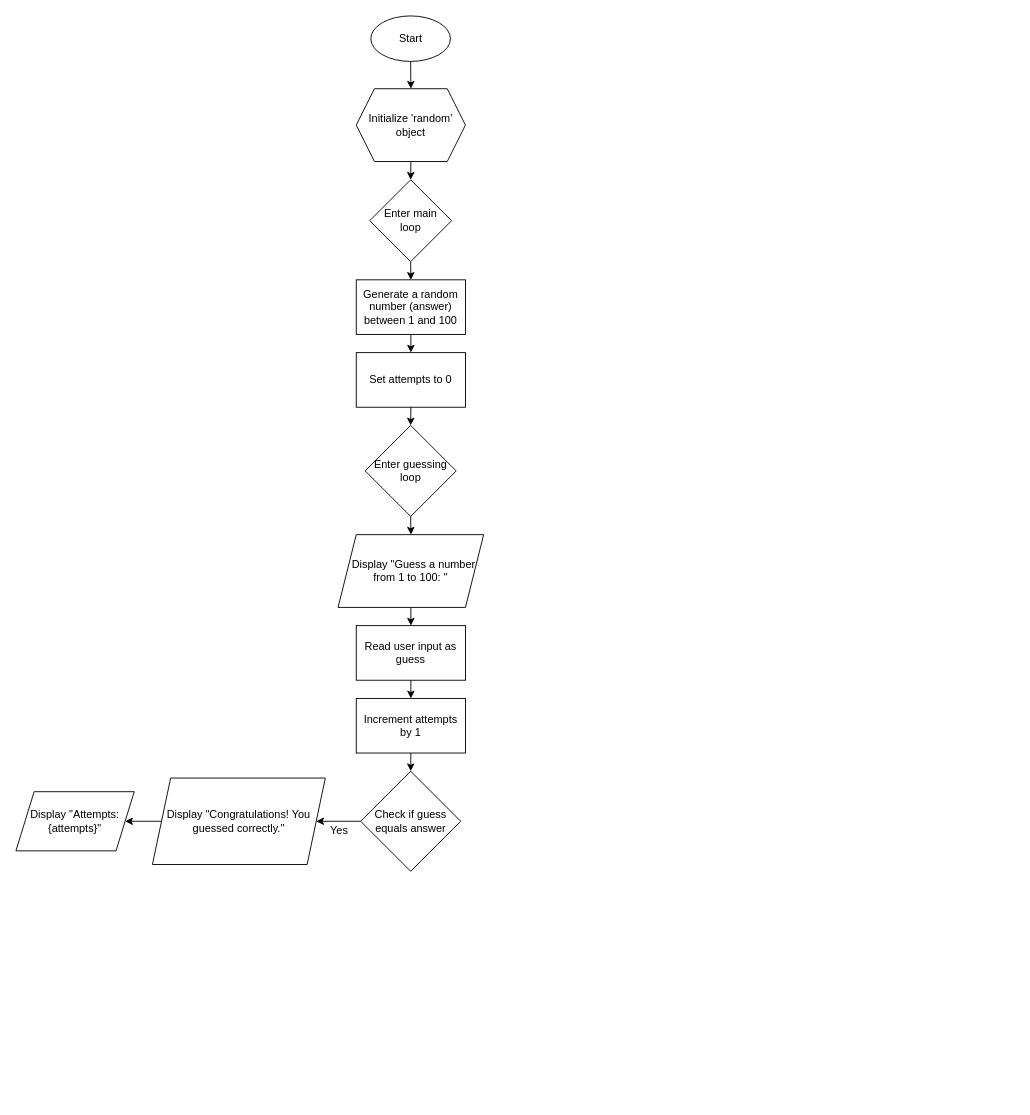
The draw.io diagram a.drawio in 4xachi/footer, before the edit. Source tidied: cells renumbered, new cells numbered last; positions are measured from the earlier drawing's top-left corner, leaving out a move shared by most shapes. Both pictures are drawn from the tidied source at 91%, with x=0, y=0 at pixel (15, 15).
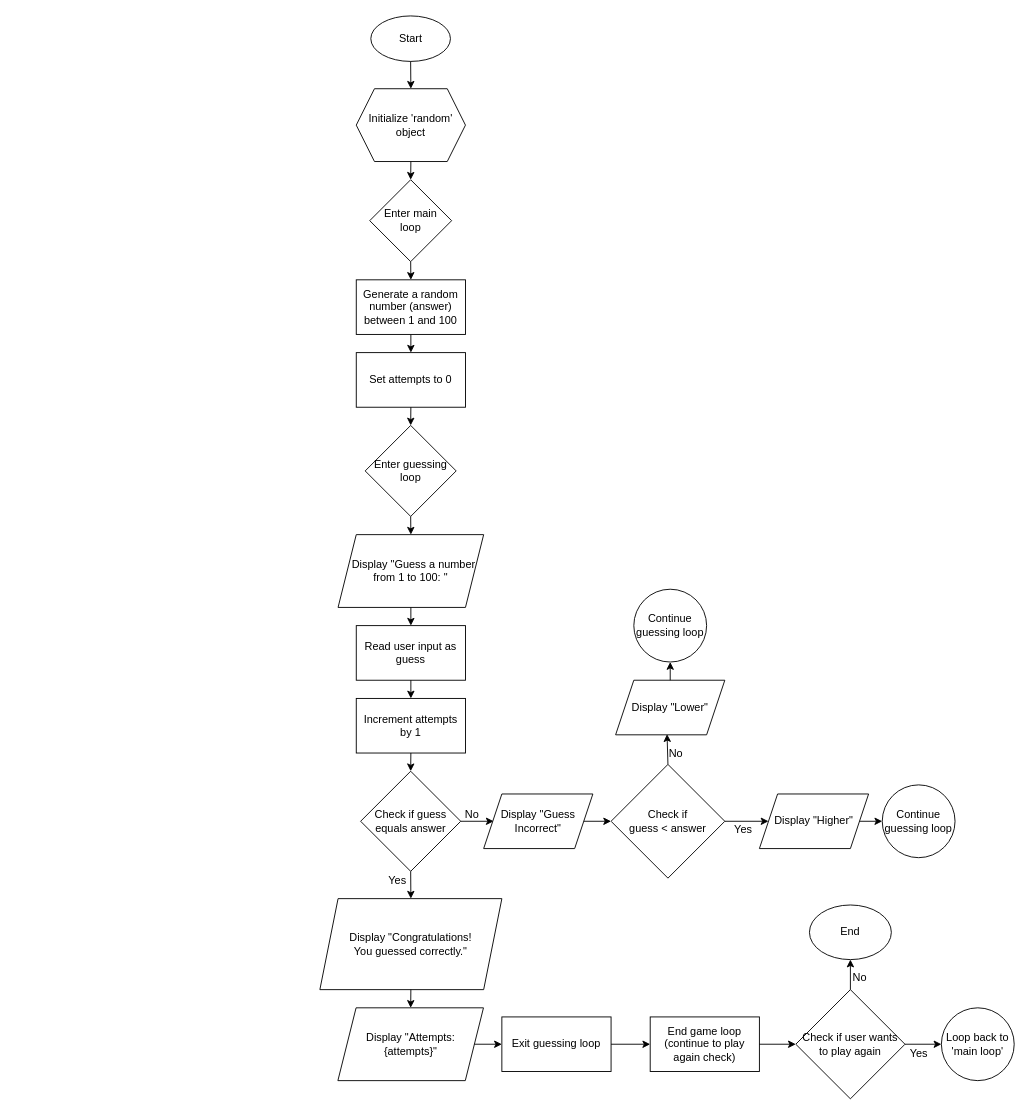
The same page after the edit.

The change refers to these unchanged cells:
```xml
<mxCell id="19" value="Check if guess equals answer" style="rhombus;whiteSpace=wrap;html=1;" parent="1" vertex="1">
  <mxGeometry x="378.8" y="830" width="110" height="110" as="geometry" />
</mxCell>
```

The edit, as a diff of the source:
```diff
@@
-    <mxCell id="21" style="endArrow=classic;html=1;rounded=0;exitX=0;exitY=0.5;exitDx=0;exitDy=0;entryX=1;entryY=0.5;entryDx=0;entryDy=0;" parent="1" edge="1" source="19" target="23">
-      <mxGeometry relative="1" as="geometry" />
-    </mxCell>
-    <mxCell id="22" value="Yes" style="text;html=1;align=center;verticalAlign=middle;strokeColor=none;fillColor=none;" parent="1" vertex="1">
-      <mxGeometry x="335" y="880" width="40" height="30" as="geometry" />
-    </mxCell>
+    <mxCell id="26" style="endArrow=classic;html=1;rounded=0;exitX=0.5;exitY=1;exitDx=0;exitDy=0;" parent="1" edge="1" source="19">
+      <mxGeometry relative="1" as="geometry">
+        <mxPoint x="434" y="970" as="targetPoint" />
+      </mxGeometry>
+    </mxCell>
+    <mxCell id="27" value="Yes" style="text;html=1;align=center;verticalAlign=middle;strokeColor=none;fillColor=none;" parent="1" vertex="1">
+      <mxGeometry x="388.8" y="930" width="60" height="40" as="geometry" />
+    </mxCell>
-    <mxCell id="23" value="Display &quot;Congratulations! You guessed correctly.&quot;" style="shape=parallelogram;perimeter=parallelogramPerimeter;whiteSpace=wrap;html=1;fixedSize=1;" parent="1" vertex="1">
-      <mxGeometry x="150" y="837.5" width="190" height="95" as="geometry" />
+    <mxCell id="23" value="Display &quot;Congratulations! &lt;br&gt;You guessed correctly.&quot;" style="shape=parallelogram;perimeter=parallelogramPerimeter;whiteSpace=wrap;html=1;fixedSize=1;" parent="1" vertex="1">
+      <mxGeometry x="334" y="970" width="200" height="100" as="geometry" />
     </mxCell>
     <mxCell id="24" value="Display &quot;Attempts: {attempts}&quot;" style="shape=parallelogram;perimeter=parallelogramPerimeter;whiteSpace=wrap;html=1;fixedSize=1;" parent="1" vertex="1">
-      <mxGeometry y="852.5" width="130" height="65" as="geometry" />
+      <mxGeometry x="353.8" y="1090" width="160" height="80" as="geometry" />
     </mxCell>
-    <mxCell id="25" style="endArrow=classic;html=1;rounded=0;entryX=1;entryY=0.5;entryDx=0;entryDy=0;exitX=0;exitY=0.5;exitDx=0;exitDy=0;" parent="1" edge="1" source="23" target="24">
+    <mxCell id="25" style="endArrow=classic;html=1;rounded=0;exitX=0.5;exitY=1;exitDx=0;exitDy=0;entryX=0.5;entryY=0;entryDx=0;entryDy=0;" parent="1" edge="1" source="23" target="24">
       <mxGeometry relative="1" as="geometry" />
     </mxCell>
+    <mxCell id="28" value="Exit guessing loop" style="rounded=0;whiteSpace=wrap;html=1;" parent="1" vertex="1">
+      <mxGeometry x="534" y="1100" width="120" height="60" as="geometry" />
+    </mxCell>
+    <mxCell id="29" style="endArrow=classic;html=1;rounded=0;entryX=0;entryY=0.5;entryDx=0;entryDy=0;exitX=1;exitY=0.5;exitDx=0;exitDy=0;" parent="1" edge="1" source="24" target="28">
+      <mxGeometry relative="1" as="geometry" />
+    </mxCell>
+    <mxCell id="30" style="endArrow=classic;html=1;rounded=0;exitX=1;exitY=0.5;exitDx=0;exitDy=0;entryX=0;entryY=0.5;entryDx=0;entryDy=0;" parent="1" edge="1" source="28" target="31">
+      <mxGeometry relative="1" as="geometry" />
+    </mxCell>
+    <mxCell id="31" value="End game loop (continue to play again check)" style="rounded=0;whiteSpace=wrap;html=1;" parent="1" vertex="1">
+      <mxGeometry x="697" y="1100" width="120" height="60" as="geometry" />
+    </mxCell>
+    <mxCell id="32" style="edgeStyle=none;jettySize=auto;html=1;rounded=0;entryX=0;entryY=0.5;entryDx=0;entryDy=0;exitX=1;exitY=0.5;exitDx=0;exitDy=0;" parent="1" edge="1" source="31">
+      <mxGeometry relative="1" as="geometry">
+        <mxPoint x="857" y="1130" as="targetPoint" />
+      </mxGeometry>
+    </mxCell>
+    <mxCell id="33" value="Check if user wants to play again" style="rhombus;whiteSpace=wrap;html=1;" parent="1" vertex="1">
+      <mxGeometry x="857" y="1070" width="120" height="120" as="geometry" />
+    </mxCell>
+    <mxCell id="34" style="endArrow=classic;html=1;rounded=0;exitX=0.5;exitY=0;exitDx=0;exitDy=0;entryX=0.5;entryY=1;entryDx=0;entryDy=0;" parent="1" edge="1" source="33" target="36">
+      <mxGeometry relative="1" as="geometry" />
+    </mxCell>
+    <mxCell id="35" value="No" style="text;html=1;align=center;verticalAlign=middle;strokeColor=none;fillColor=none;" parent="1" vertex="1">
+      <mxGeometry x="897" y="1037" width="60" height="40" as="geometry" />
+    </mxCell>
+    <mxCell id="36" value="End" style="ellipse;whiteSpace=wrap;html=1;" parent="1" vertex="1">
+      <mxGeometry x="872" y="977" width="90" height="60" as="geometry" />
+    </mxCell>
+    <mxCell id="37" style="edgeStyle=none;jettySize=auto;html=1;rounded=0;exitX=1;exitY=0.5;exitDx=0;exitDy=0;entryX=0;entryY=0.5;entryDx=0;entryDy=0;" parent="1" edge="1" source="33" target="39">
+      <mxGeometry relative="1" as="geometry" />
+    </mxCell>
+    <mxCell id="38" value="Yes" style="text;html=1;align=center;verticalAlign=middle;strokeColor=none;fillColor=none;" parent="1" vertex="1">
+      <mxGeometry x="962" y="1120" width="60" height="40" as="geometry" />
+    </mxCell>
+    <mxCell id="39" value="Loop back to 'main loop'" style="ellipse;whiteSpace=wrap;html=1;" parent="1" vertex="1">
+      <mxGeometry x="1017" y="1090" width="80" height="80" as="geometry" />
+    </mxCell>
+    <mxCell id="40" style="edgeStyle=none;jettySize=auto;html=1;rounded=0;exitX=1;exitY=0.5;exitDx=0;exitDy=0;" parent="1" edge="1" source="19">
+      <mxGeometry relative="1" as="geometry">
+        <mxPoint x="525" y="885" as="targetPoint" />
+      </mxGeometry>
+    </mxCell>
+    <mxCell id="41" value="Display &quot;Guess Incorrect&quot;" style="shape=parallelogram;perimeter=parallelogramPerimeter;whiteSpace=wrap;html=1;fixedSize=1;" parent="1" vertex="1">
+      <mxGeometry x="514" y="855" width="120" height="60" as="geometry" />
+    </mxCell>
+    <mxCell id="42" style="endArrow=classic;html=1;rounded=0;exitX=1;exitY=0.5;exitDx=0;exitDy=0;entryX=0;entryY=0.5;entryDx=0;entryDy=0;entryPerimeter=0;" parent="1" edge="1" source="41" target="43">
+      <mxGeometry relative="1" as="geometry" />
+    </mxCell>
+    <mxCell id="43" value="Check if &lt;br&gt;guess &amp;lt; answer" style="rhombus;whiteSpace=wrap;html=1;" parent="1" vertex="1">
+      <mxGeometry x="654" y="822.5" width="125" height="125" as="geometry" />
+    </mxCell>
+    <mxCell id="44" style="endArrow=classic;html=1;rounded=0;exitX=1;exitY=0.5;exitDx=0;exitDy=0;entryX=0;entryY=0.5;entryDx=0;entryDy=0;" parent="1" edge="1" source="43" target="45">
+      <mxGeometry relative="1" as="geometry" />
+    </mxCell>
+    <mxCell id="45" value="Display &quot;Higher&quot;" style="shape=parallelogram;perimeter=parallelogramPerimeter;whiteSpace=wrap;html=1;fixedSize=1;" parent="1" vertex="1">
+      <mxGeometry x="817" y="855" width="120" height="60" as="geometry" />
+    </mxCell>
+    <mxCell id="46" value="Yes" style="text;html=1;align=center;verticalAlign=middle;strokeColor=none;fillColor=none;" parent="1" vertex="1">
+      <mxGeometry x="769" y="874" width="60" height="40" as="geometry" />
+    </mxCell>
+    <mxCell id="47" style="endArrow=classic;html=1;rounded=0;exitX=0.5;exitY=0;exitDx=0;exitDy=0;entryX=0.471;entryY=0.988;entryDx=0;entryDy=0;entryPerimeter=0;" parent="1" edge="1" source="43" target="48">
+      <mxGeometry relative="1" as="geometry" />
+    </mxCell>
+    <mxCell id="48" value="Display &quot;Lower&quot;" style="shape=parallelogram;perimeter=parallelogramPerimeter;whiteSpace=wrap;html=1;fixedSize=1;" parent="1" vertex="1">
+      <mxGeometry x="659" y="730" width="120" height="60" as="geometry" />
+    </mxCell>
+    <mxCell id="49" value="No" style="text;html=1;align=center;verticalAlign=middle;strokeColor=none;fillColor=none;" parent="1" vertex="1">
+      <mxGeometry x="695" y="791" width="60" height="40" as="geometry" />
+    </mxCell>
+    <mxCell id="50" value="Continue guessing loop" style="ellipse;whiteSpace=wrap;html=1;" parent="1" vertex="1">
+      <mxGeometry x="679" y="630" width="80" height="80" as="geometry" />
+    </mxCell>
+    <mxCell id="51" style="endArrow=classic;html=1;rounded=0;entryX=0.5;entryY=1;entryDx=0;entryDy=0;exitX=0.5;exitY=0;exitDx=0;exitDy=0;" parent="1" edge="1" source="48" target="50">
+      <mxGeometry relative="1" as="geometry" />
+    </mxCell>
+    <mxCell id="52" value="Continue guessing loop" style="ellipse;whiteSpace=wrap;html=1;" parent="1" vertex="1">
+      <mxGeometry x="952" y="845" width="80" height="80" as="geometry" />
+    </mxCell>
+    <mxCell id="53" style="endArrow=classic;html=1;rounded=0;entryX=0;entryY=0.5;entryDx=0;entryDy=0;exitX=1;exitY=0.5;exitDx=0;exitDy=0;" parent="1" edge="1" source="45" target="52">
+      <mxGeometry relative="1" as="geometry" />
+    </mxCell>
+    <mxCell id="54" value="No" style="text;html=1;align=center;verticalAlign=middle;strokeColor=none;fillColor=none;" parent="1" vertex="1">
+      <mxGeometry x="471" y="858" width="60" height="40" as="geometry" />
+    </mxCell>
```
